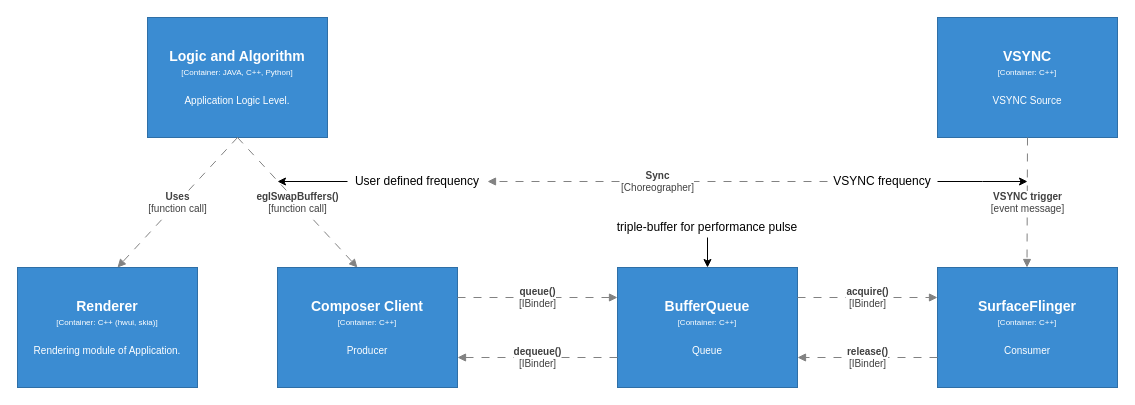
This is SA/Container/graphic-system-07.drawio from shuyong/Design-Of-Android-10.0-Graphic-System, a draw.io file, before an edit. Source tidied: cells renumbered, new cells numbered last; positions are measured from the earlier drawing's top-left corner, leaving out a move shared by most shapes. Both pictures are drawn from the tidied source at 100%, with x=0, y=0 at pixel (17, 17).
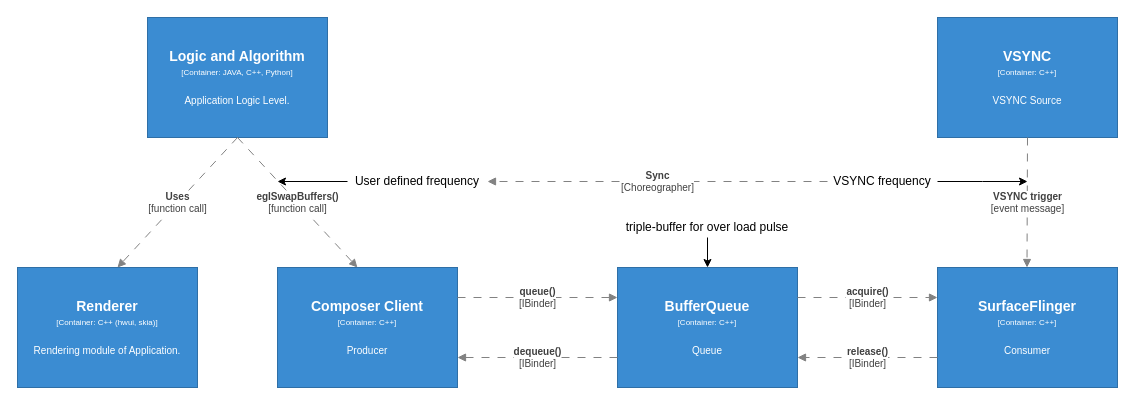
Above is the later version.

The edit, as a diff of the source:
```diff
@@
-    <mxCell id="21" value="triple-buffer for performance pulse" style="text;html=1;strokeColor=none;fillColor=none;align=center;verticalAlign=middle;whiteSpace=wrap;rounded=0;" parent="1" vertex="1">
+    <mxCell id="21" value="triple-buffer for over load pulse" style="text;html=1;strokeColor=none;fillColor=none;align=center;verticalAlign=middle;whiteSpace=wrap;rounded=0;" parent="1" vertex="1">
       <mxGeometry x="595" y="200" width="190" height="20" as="geometry" />
     </mxCell>
```
